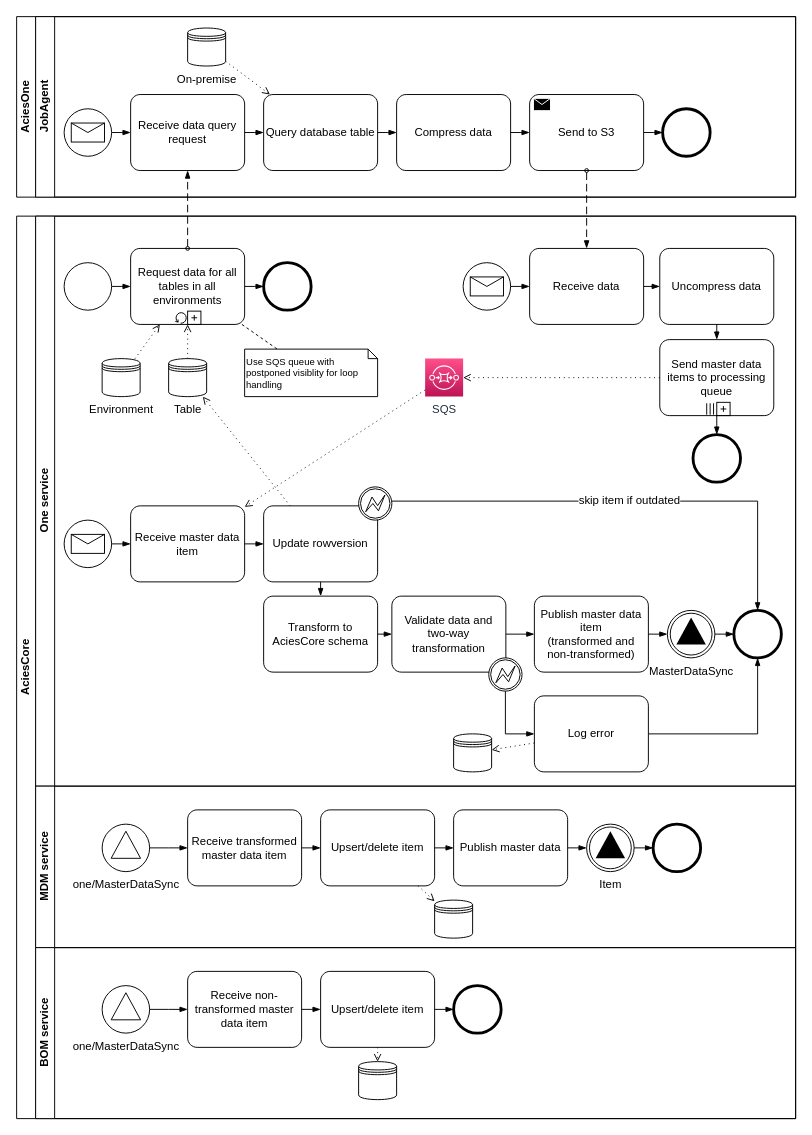
Before: services/one/Sync.drawio in AciesDK/core-diagrams, a draw.io diagram. Source tidied: cells renumbered, new cells numbered last; positions are measured from the earlier drawing's top-left corner, leaving out a move shared by most shapes. Both pictures are drawn from the tidied source at 95%, with x=0, y=0 at pixel (16, 16).
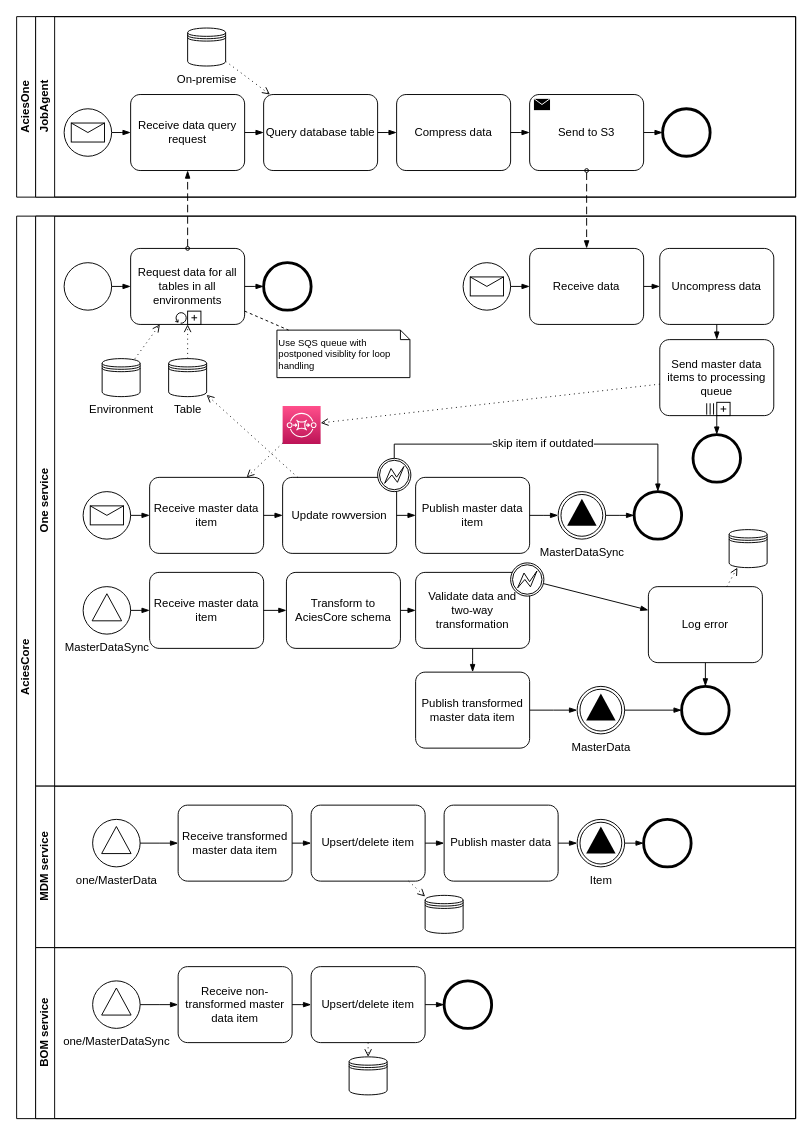
Above is the later version.

Unchanged cells that the change refers to:
```xml
<mxCell id="18" value="One service" style="swimlane;html=1;startSize=20;horizontal=0;" parent="17" vertex="1">
  <mxGeometry x="20" width="800" height="600" as="geometry" />
</mxCell>
<mxCell id="66" value="MDM service" style="swimlane;html=1;startSize=20;horizontal=0;" parent="17" vertex="1">
  <mxGeometry x="20" y="600" width="800" height="170" as="geometry" />
</mxCell>
<mxCell id="80" value="BOM service" style="swimlane;html=1;startSize=20;horizontal=0;" parent="17" vertex="1">
  <mxGeometry x="20" y="770" width="800" height="180" as="geometry" />
</mxCell>
```

Change to the diagram source:
```diff
@@
     <mxCell id="28" style="points=[[0.145,0.145,0],[0.5,0,0],[0.855,0.145,0],[1,0.5,0],[0.855,0.855,0],[0.5,1,0],[0.145,0.855,0],[0,0.5,0]];shape=mxgraph.bpmn.event;html=1;verticalLabelPosition=bottom;labelBackgroundColor=#ffffff;verticalAlign=top;align=center;perimeter=ellipsePerimeter;outlineConnect=0;outline=standard;symbol=message;" parent="18" vertex="1">
-      <mxGeometry x="30" y="320" width="50" height="50" as="geometry" />
+      <mxGeometry x="50" y="290" width="50" height="50" as="geometry" />
     </mxCell>
     <mxCell id="29" value="Receive master data item" style="points=[[0.25,0,0],[0.5,0,0],[0.75,0,0],[1,0.25,0],[1,0.5,0],[1,0.75,0],[0.75,1,0],[0.5,1,0],[0.25,1,0],[0,0.75,0],[0,0.5,0],[0,0.25,0]];shape=mxgraph.bpmn.task;whiteSpace=wrap;rectStyle=rounded;size=10;html=1;taskMarker=abstract;" parent="18" vertex="1">
-      <mxGeometry x="100" y="305" width="120" height="80" as="geometry" />
+      <mxGeometry x="120" y="275" width="120" height="80" as="geometry" />
     </mxCell>
@@
     <mxCell id="36" value="Use SQS queue with postponed visiblity for loop handling" style="shape=note2;boundedLbl=1;whiteSpace=wrap;html=1;size=10;verticalAlign=middle;align=left;fontSize=10;spacing=2;horizontal=1;labelPosition=center;verticalLabelPosition=middle;" parent="18" vertex="1">
-      <mxGeometry x="220" y="140" width="140" height="50" as="geometry" />
+      <mxGeometry x="254" y="120" width="140" height="50" as="geometry" />
     </mxCell>
@@
-    <mxCell id="38" value="SQS" style="sketch=0;points=[[0,0,0],[0.25,0,0],[0.5,0,0],[0.75,0,0],[1,0,0],[0,1,0],[0.25,1,0],[0.5,1,0],[0.75,1,0],[1,1,0],[0,0.25,0],[0,0.5,0],[0,0.75,0],[1,0.25,0],[1,0.5,0],[1,0.75,0]];outlineConnect=0;fontColor=#232F3E;gradientColor=#FF4F8B;gradientDirection=north;fillColor=#BC1356;strokeColor=#ffffff;dashed=0;verticalLabelPosition=bottom;verticalAlign=top;align=center;html=1;fontSize=12;fontStyle=0;shape=mxgraph.aws4.resourceIcon;resIcon=mxgraph.aws4.sqs;" parent="18" vertex="1">
-      <mxGeometry x="410" y="150" width="40" height="40" as="geometry" />
+    <mxCell id="38" style="sketch=0;points=[[0,0,0],[0.25,0,0],[0.5,0,0],[0.75,0,0],[1,0,0],[0,1,0],[0.25,1,0],[0.5,1,0],[0.75,1,0],[1,1,0],[0,0.25,0],[0,0.5,0],[0,0.75,0],[1,0.25,0],[1,0.5,0],[1,0.75,0]];outlineConnect=0;fontColor=#232F3E;gradientColor=#FF4F8B;gradientDirection=north;fillColor=#BC1356;strokeColor=#ffffff;dashed=0;verticalLabelPosition=bottom;verticalAlign=top;align=center;html=1;fontSize=12;fontStyle=0;shape=mxgraph.aws4.resourceIcon;resIcon=mxgraph.aws4.sqs;" parent="18" vertex="1">
+      <mxGeometry x="260" y="200" width="40" height="40" as="geometry" />
     </mxCell>
@@
     <mxCell id="41" value="Update rowversion" style="points=[[0.25,0,0],[0.5,0,0],[0.75,0,0],[1,0.25,0],[1,0.5,0],[1,0.75,0],[0.75,1,0],[0.5,1,0],[0.25,1,0],[0,0.75,0],[0,0.5,0],[0,0.25,0]];shape=mxgraph.bpmn.task;whiteSpace=wrap;rectStyle=rounded;size=10;html=1;taskMarker=abstract;" parent="18" vertex="1">
-      <mxGeometry x="240" y="305" width="120" height="80" as="geometry" />
+      <mxGeometry x="260" y="275" width="120" height="80" as="geometry" />
     </mxCell>
-    <mxCell id="42" style="points=[[0.145,0.145,0],[0.5,0,0],[0.855,0.145,0],[1,0.5,0],[0.855,0.855,0],[0.5,1,0],[0.145,0.855,0],[0,0.5,0]];shape=mxgraph.bpmn.event;html=1;verticalLabelPosition=bottom;labelBackgroundColor=#ffffff;verticalAlign=top;align=center;perimeter=ellipsePerimeter;outlineConnect=0;outline=boundInt;symbol=error;" parent="41" vertex="1">
-      <mxGeometry x="100" y="-20" width="35" height="35" as="geometry" />
-    </mxCell>
@@
-    <mxCell id="44" value="Transform to AciesCore schema" style="points=[[0.25,0,0],[0.5,0,0],[0.75,0,0],[1,0.25,0],[1,0.5,0],[1,0.75,0],[0.75,1,0],[0.5,1,0],[0.25,1,0],[0,0.75,0],[0,0.5,0],[0,0.25,0]];shape=mxgraph.bpmn.task;whiteSpace=wrap;rectStyle=rounded;size=10;html=1;taskMarker=abstract;" parent="18" vertex="1">
-      <mxGeometry x="240" y="400" width="120" height="80" as="geometry" />
+    <mxCell id="44" value="Receive master data item" style="points=[[0.25,0,0],[0.5,0,0],[0.75,0,0],[1,0.25,0],[1,0.5,0],[1,0.75,0],[0.75,1,0],[0.5,1,0],[0.25,1,0],[0,0.75,0],[0,0.5,0],[0,0.25,0]];shape=mxgraph.bpmn.task;whiteSpace=wrap;rectStyle=rounded;size=10;html=1;taskMarker=abstract;" parent="18" vertex="1">
+      <mxGeometry x="120" y="375" width="120" height="80" as="geometry" />
     </mxCell>
-    <mxCell id="45" style="edgeStyle=elbowEdgeStyle;fontSize=12;html=1;endArrow=blockThin;endFill=1;rounded=0;" parent="18" edge="1" source="41" target="44">
+    <mxCell id="45" style="edgeStyle=elbowEdgeStyle;fontSize=12;html=1;endArrow=blockThin;endFill=1;rounded=0;" parent="18" edge="1" source="41" target="93">
       <mxGeometry relative="1" as="geometry" />
     </mxCell>
     <mxCell id="46" style="points=[[0.145,0.145,0],[0.5,0,0],[0.855,0.145,0],[1,0.5,0],[0.855,0.855,0],[0.5,1,0],[0.145,0.855,0],[0,0.5,0]];shape=mxgraph.bpmn.event;html=1;verticalLabelPosition=bottom;labelBackgroundColor=#ffffff;verticalAlign=top;align=center;perimeter=ellipsePerimeter;outlineConnect=0;outline=end;symbol=terminate2;" parent="18" vertex="1">
-      <mxGeometry x="735" y="415" width="50" height="50" as="geometry" />
+      <mxGeometry x="680" y="495" width="50" height="50" as="geometry" />
     </mxCell>
@@
-    <mxCell id="49" style="edgeStyle=elbowEdgeStyle;fontSize=12;html=1;endArrow=blockThin;endFill=1;rounded=0;" parent="18" edge="1" target="62">
-      <mxGeometry relative="1" as="geometry">
-        <mxPoint x="635" y="440" as="sourcePoint" />
-      </mxGeometry>
+    <mxCell id="49" style="edgeStyle=elbowEdgeStyle;fontSize=12;html=1;endArrow=blockThin;endFill=1;rounded=0;" parent="18" edge="1" source="63" target="62">
+      <mxGeometry relative="1" as="geometry" />
     </mxCell>
     <mxCell id="50" value="Validate data and two-way transformation" style="points=[[0.25,0,0],[0.5,0,0],[0.75,0,0],[1,0.25,0],[1,0.5,0],[1,0.75,0],[0.75,1,0],[0.5,1,0],[0.25,1,0],[0,0.75,0],[0,0.5,0],[0,0.25,0]];shape=mxgraph.bpmn.task;whiteSpace=wrap;rectStyle=rounded;size=10;html=1;taskMarker=abstract;" parent="18" vertex="1">
-      <mxGeometry x="375" y="400" width="120" height="80" as="geometry" />
+      <mxGeometry x="400" y="375" width="120" height="80" as="geometry" />
     </mxCell>
     <mxCell id="51" style="points=[[0.145,0.145,0],[0.5,0,0],[0.855,0.145,0],[1,0.5,0],[0.855,0.855,0],[0.5,1,0],[0.145,0.855,0],[0,0.5,0]];shape=mxgraph.bpmn.event;html=1;verticalLabelPosition=bottom;labelBackgroundColor=#ffffff;verticalAlign=top;align=center;perimeter=ellipsePerimeter;outlineConnect=0;outline=boundInt;symbol=error;" parent="50" vertex="1">
-      <mxGeometry x="102" y="65" width="35" height="35" as="geometry" />
+      <mxGeometry x="100" y="-10" width="35" height="35" as="geometry" />
     </mxCell>
-    <mxCell id="52" style="edgeStyle=elbowEdgeStyle;fontSize=12;html=1;endArrow=blockThin;endFill=1;rounded=0;" parent="18" edge="1" source="44" target="50">
+    <mxCell id="52" style="edgeStyle=elbowEdgeStyle;fontSize=12;html=1;endArrow=blockThin;endFill=1;rounded=0;" parent="18" edge="1" source="99" target="50">
       <mxGeometry relative="1" as="geometry" />
     </mxCell>
@@
-    <mxCell id="57" value="skip item if outdated" style="edgeStyle=orthogonalEdgeStyle;fontSize=12;html=1;endArrow=blockThin;endFill=1;rounded=0;" parent="18" edge="1" source="42" target="46">
+    <mxCell id="57" value="skip item if outdated" style="fontSize=12;html=1;endArrow=blockThin;endFill=1;rounded=0;elbow=vertical;edgeStyle=orthogonalEdgeStyle;" parent="18" edge="1" source="42" target="95">
       <mxGeometry relative="1" as="geometry">
         <Array as="points">
-          <mxPoint x="760" y="300" />
+          <mxPoint x="378" y="240" />
+          <mxPoint x="655" y="240" />
         </Array>
       </mxGeometry>
     </mxCell>
     <mxCell id="58" value="Log error" style="points=[[0.25,0,0],[0.5,0,0],[0.75,0,0],[1,0.25,0],[1,0.5,0],[1,0.75,0],[0.75,1,0],[0.5,1,0],[0.25,1,0],[0,0.75,0],[0,0.5,0],[0,0.25,0]];shape=mxgraph.bpmn.task;whiteSpace=wrap;rectStyle=rounded;size=10;html=1;taskMarker=abstract;" parent="18" vertex="1">
-      <mxGeometry x="525" y="505" width="120" height="80" as="geometry" />
+      <mxGeometry x="645" y="390" width="120" height="80" as="geometry" />
     </mxCell>
-    <mxCell id="59" style="edgeStyle=orthogonalEdgeStyle;fontSize=12;html=1;endArrow=blockThin;endFill=1;rounded=0;elbow=vertical;" parent="18" edge="1" source="51" target="58">
-      <mxGeometry relative="1" as="geometry">
-        <Array as="points">
-          <mxPoint x="495" y="545" />
-        </Array>
-      </mxGeometry>
+    <mxCell id="59" style="fontSize=12;html=1;endArrow=blockThin;endFill=1;rounded=0;elbow=vertical;" parent="18" edge="1" source="51" target="58">
+      <mxGeometry relative="1" as="geometry" />
     </mxCell>
     <mxCell id="60" style="shape=datastore;html=1;labelPosition=center;verticalLabelPosition=bottom;align=center;verticalAlign=top;" parent="18" vertex="1">
-      <mxGeometry x="440" y="545" width="40" height="40" as="geometry" />
+      <mxGeometry x="730" y="330" width="40" height="40" as="geometry" />
     </mxCell>
@@
-    <mxCell id="62" value="MasterDataSync" style="points=[[0.145,0.145,0],[0.5,0,0],[0.855,0.145,0],[1,0.5,0],[0.855,0.855,0],[0.5,1,0],[0.145,0.855,0],[0,0.5,0]];shape=mxgraph.bpmn.event;html=1;verticalLabelPosition=bottom;labelBackgroundColor=#ffffff;verticalAlign=top;align=center;perimeter=ellipsePerimeter;outlineConnect=0;outline=throwing;symbol=signal;" parent="18" vertex="1">
-      <mxGeometry x="665" y="415" width="50" height="50" as="geometry" />
+    <mxCell id="62" value="MasterData" style="points=[[0.145,0.145,0],[0.5,0,0],[0.855,0.145,0],[1,0.5,0],[0.855,0.855,0],[0.5,1,0],[0.145,0.855,0],[0,0.5,0]];shape=mxgraph.bpmn.event;html=1;verticalLabelPosition=bottom;labelBackgroundColor=#ffffff;verticalAlign=top;align=center;perimeter=ellipsePerimeter;outlineConnect=0;outline=throwing;symbol=signal;" parent="18" vertex="1">
+      <mxGeometry x="570" y="495" width="50" height="50" as="geometry" />
     </mxCell>
-    <mxCell id="63" value="Publish master data item&lt;br&gt;(transformed and non-transformed)" style="points=[[0.25,0,0],[0.5,0,0],[0.75,0,0],[1,0.25,0],[1,0.5,0],[1,0.75,0],[0.75,1,0],[0.5,1,0],[0.25,1,0],[0,0.75,0],[0,0.5,0],[0,0.25,0]];shape=mxgraph.bpmn.task;whiteSpace=wrap;rectStyle=rounded;size=10;html=1;taskMarker=abstract;" parent="18" vertex="1">
-      <mxGeometry x="525" y="400" width="120" height="80" as="geometry" />
+    <mxCell id="63" value="Publish transformed master data item" style="points=[[0.25,0,0],[0.5,0,0],[0.75,0,0],[1,0.25,0],[1,0.5,0],[1,0.75,0],[0.75,1,0],[0.5,1,0],[0.25,1,0],[0,0.75,0],[0,0.5,0],[0,0.25,0]];shape=mxgraph.bpmn.task;whiteSpace=wrap;rectStyle=rounded;size=10;html=1;taskMarker=abstract;" parent="18" vertex="1">
+      <mxGeometry x="400" y="480" width="120" height="80" as="geometry" />
     </mxCell>
@@
+    <mxCell id="92" value="MasterDataSync" style="points=[[0.145,0.145,0],[0.5,0,0],[0.855,0.145,0],[1,0.5,0],[0.855,0.855,0],[0.5,1,0],[0.145,0.855,0],[0,0.5,0]];shape=mxgraph.bpmn.event;html=1;verticalLabelPosition=bottom;labelBackgroundColor=#ffffff;verticalAlign=top;align=center;perimeter=ellipsePerimeter;outlineConnect=0;outline=throwing;symbol=signal;" parent="18" vertex="1">
+      <mxGeometry x="550" y="290" width="50" height="50" as="geometry" />
+    </mxCell>
+    <mxCell id="93" value="Publish master data item" style="points=[[0.25,0,0],[0.5,0,0],[0.75,0,0],[1,0.25,0],[1,0.5,0],[1,0.75,0],[0.75,1,0],[0.5,1,0],[0.25,1,0],[0,0.75,0],[0,0.5,0],[0,0.25,0]];shape=mxgraph.bpmn.task;whiteSpace=wrap;rectStyle=rounded;size=10;html=1;taskMarker=abstract;" parent="18" vertex="1">
+      <mxGeometry x="400" y="275" width="120" height="80" as="geometry" />
+    </mxCell>
+    <mxCell id="94" style="edgeStyle=elbowEdgeStyle;fontSize=12;html=1;endArrow=blockThin;endFill=1;rounded=0;" parent="18" edge="1" source="93" target="92">
+      <mxGeometry relative="1" as="geometry" />
+    </mxCell>
+    <mxCell id="95" style="points=[[0.145,0.145,0],[0.5,0,0],[0.855,0.145,0],[1,0.5,0],[0.855,0.855,0],[0.5,1,0],[0.145,0.855,0],[0,0.5,0]];shape=mxgraph.bpmn.event;html=1;verticalLabelPosition=bottom;labelBackgroundColor=#ffffff;verticalAlign=top;align=center;perimeter=ellipsePerimeter;outlineConnect=0;outline=end;symbol=terminate2;" parent="18" vertex="1">
+      <mxGeometry x="630" y="290" width="50" height="50" as="geometry" />
+    </mxCell>
+    <mxCell id="96" style="edgeStyle=elbowEdgeStyle;fontSize=12;html=1;endArrow=blockThin;endFill=1;rounded=0;" parent="18" edge="1" source="92" target="95">
+      <mxGeometry relative="1" as="geometry" />
+    </mxCell>
+    <mxCell id="42" style="points=[[0.145,0.145,0],[0.5,0,0],[0.855,0.145,0],[1,0.5,0],[0.855,0.855,0],[0.5,1,0],[0.145,0.855,0],[0,0.5,0]];shape=mxgraph.bpmn.event;html=1;verticalLabelPosition=bottom;labelBackgroundColor=#ffffff;verticalAlign=top;align=center;perimeter=ellipsePerimeter;outlineConnect=0;outline=boundInt;symbol=error;" parent="18" vertex="1">
+      <mxGeometry x="360" y="255" width="35" height="35" as="geometry" />
+    </mxCell>
+    <mxCell id="97" value="&lt;span style=&quot;color: rgb(0, 0, 0); font-family: Helvetica; font-size: 12px; font-style: normal; font-variant-ligatures: normal; font-variant-caps: normal; font-weight: 400; letter-spacing: normal; orphans: 2; text-align: center; text-indent: 0px; text-transform: none; widows: 2; word-spacing: 0px; -webkit-text-stroke-width: 0px; background-color: rgb(255, 255, 255); text-decoration-thickness: initial; text-decoration-style: initial; text-decoration-color: initial; float: none; display: inline !important;&quot;&gt;MasterDataSync&lt;/span&gt;" style="points=[[0.145,0.145,0],[0.5,0,0],[0.855,0.145,0],[1,0.5,0],[0.855,0.855,0],[0.5,1,0],[0.145,0.855,0],[0,0.5,0]];shape=mxgraph.bpmn.event;html=1;verticalLabelPosition=bottom;labelBackgroundColor=#ffffff;verticalAlign=top;align=center;perimeter=ellipsePerimeter;outlineConnect=0;outline=standard;symbol=signal;" parent="18" vertex="1">
+      <mxGeometry x="50" y="390" width="50" height="50" as="geometry" />
+    </mxCell>
+    <mxCell id="98" style="edgeStyle=elbowEdgeStyle;fontSize=12;html=1;endArrow=blockThin;endFill=1;rounded=0;" parent="18" edge="1" source="97" target="44">
+      <mxGeometry relative="1" as="geometry" />
+    </mxCell>
+    <mxCell id="99" value="Transform to AciesCore schema" style="points=[[0.25,0,0],[0.5,0,0],[0.75,0,0],[1,0.25,0],[1,0.5,0],[1,0.75,0],[0.75,1,0],[0.5,1,0],[0.25,1,0],[0,0.75,0],[0,0.5,0],[0,0.25,0]];shape=mxgraph.bpmn.task;whiteSpace=wrap;rectStyle=rounded;size=10;html=1;taskMarker=abstract;" parent="18" vertex="1">
+      <mxGeometry x="264" y="375" width="120" height="80" as="geometry" />
+    </mxCell>
+    <mxCell id="100" style="edgeStyle=elbowEdgeStyle;fontSize=12;html=1;endArrow=blockThin;endFill=1;rounded=0;" parent="18" edge="1" source="44" target="99">
+      <mxGeometry relative="1" as="geometry" />
+    </mxCell>
@@
-    <mxCell id="67" value="one/MasterDataSync" style="points=[[0.145,0.145,0],[0.5,0,0],[0.855,0.145,0],[1,0.5,0],[0.855,0.855,0],[0.5,1,0],[0.145,0.855,0],[0,0.5,0]];shape=mxgraph.bpmn.event;html=1;verticalLabelPosition=bottom;labelBackgroundColor=#ffffff;verticalAlign=top;align=center;perimeter=ellipsePerimeter;outlineConnect=0;outline=standard;symbol=signal;" parent="66" vertex="1">
-      <mxGeometry x="70" y="40" width="50" height="50" as="geometry" />
+    <mxCell id="67" value="one/MasterData" style="points=[[0.145,0.145,0],[0.5,0,0],[0.855,0.145,0],[1,0.5,0],[0.855,0.855,0],[0.5,1,0],[0.145,0.855,0],[0,0.5,0]];shape=mxgraph.bpmn.event;html=1;verticalLabelPosition=bottom;labelBackgroundColor=#ffffff;verticalAlign=top;align=center;perimeter=ellipsePerimeter;outlineConnect=0;outline=standard;symbol=signal;" parent="66" vertex="1">
+      <mxGeometry x="60" y="35" width="50" height="50" as="geometry" />
     </mxCell>
     <mxCell id="68" value="Receive transformed master data item" style="points=[[0.25,0,0],[0.5,0,0],[0.75,0,0],[1,0.25,0],[1,0.5,0],[1,0.75,0],[0.75,1,0],[0.5,1,0],[0.25,1,0],[0,0.75,0],[0,0.5,0],[0,0.25,0]];shape=mxgraph.bpmn.task;whiteSpace=wrap;rectStyle=rounded;size=10;html=1;taskMarker=abstract;" parent="66" vertex="1">
-      <mxGeometry x="160" y="25" width="120" height="80" as="geometry" />
+      <mxGeometry x="150" y="20" width="120" height="80" as="geometry" />
     </mxCell>
@@
     <mxCell id="70" value="Upsert/delete item" style="points=[[0.25,0,0],[0.5,0,0],[0.75,0,0],[1,0.25,0],[1,0.5,0],[1,0.75,0],[0.75,1,0],[0.5,1,0],[0.25,1,0],[0,0.75,0],[0,0.5,0],[0,0.25,0]];shape=mxgraph.bpmn.task;whiteSpace=wrap;rectStyle=rounded;size=10;html=1;taskMarker=abstract;" parent="66" vertex="1">
-      <mxGeometry x="300" y="25" width="120" height="80" as="geometry" />
+      <mxGeometry x="290" y="20" width="120" height="80" as="geometry" />
     </mxCell>
@@
     <mxCell id="72" style="shape=datastore;html=1;labelPosition=center;verticalLabelPosition=bottom;align=center;verticalAlign=top;" parent="66" vertex="1">
-      <mxGeometry x="420" y="120" width="40" height="40" as="geometry" />
+      <mxGeometry x="410" y="115" width="40" height="40" as="geometry" />
     </mxCell>
@@
     <mxCell id="74" style="points=[[0.145,0.145,0],[0.5,0,0],[0.855,0.145,0],[1,0.5,0],[0.855,0.855,0],[0.5,1,0],[0.145,0.855,0],[0,0.5,0]];shape=mxgraph.bpmn.event;html=1;verticalLabelPosition=bottom;labelBackgroundColor=#ffffff;verticalAlign=top;align=center;perimeter=ellipsePerimeter;outlineConnect=0;outline=end;symbol=terminate2;" parent="66" vertex="1">
-      <mxGeometry x="650" y="40" width="50" height="50" as="geometry" />
+      <mxGeometry x="640" y="35" width="50" height="50" as="geometry" />
     </mxCell>
@@
     <mxCell id="76" value="Item" style="points=[[0.145,0.145,0],[0.5,0,0],[0.855,0.145,0],[1,0.5,0],[0.855,0.855,0],[0.5,1,0],[0.145,0.855,0],[0,0.5,0]];shape=mxgraph.bpmn.event;html=1;verticalLabelPosition=bottom;labelBackgroundColor=#ffffff;verticalAlign=top;align=center;perimeter=ellipsePerimeter;outlineConnect=0;outline=throwing;symbol=signal;" parent="66" vertex="1">
-      <mxGeometry x="580" y="40" width="50" height="50" as="geometry" />
+      <mxGeometry x="570" y="35" width="50" height="50" as="geometry" />
     </mxCell>
     <mxCell id="77" value="Publish master data" style="points=[[0.25,0,0],[0.5,0,0],[0.75,0,0],[1,0.25,0],[1,0.5,0],[1,0.75,0],[0.75,1,0],[0.5,1,0],[0.25,1,0],[0,0.75,0],[0,0.5,0],[0,0.25,0]];shape=mxgraph.bpmn.task;whiteSpace=wrap;rectStyle=rounded;size=10;html=1;taskMarker=abstract;" parent="66" vertex="1">
-      <mxGeometry x="440" y="25" width="120" height="80" as="geometry" />
+      <mxGeometry x="430" y="20" width="120" height="80" as="geometry" />
     </mxCell>
@@
     <mxCell id="81" value="&lt;span style=&quot;color: rgb(0, 0, 0); font-family: Helvetica; font-size: 12px; font-style: normal; font-variant-ligatures: normal; font-variant-caps: normal; font-weight: 400; letter-spacing: normal; orphans: 2; text-align: center; text-indent: 0px; text-transform: none; widows: 2; word-spacing: 0px; -webkit-text-stroke-width: 0px; background-color: rgb(255, 255, 255); text-decoration-thickness: initial; text-decoration-style: initial; text-decoration-color: initial; float: none; display: inline !important;&quot;&gt;one/MasterDataSync&lt;/span&gt;" style="points=[[0.145,0.145,0],[0.5,0,0],[0.855,0.145,0],[1,0.5,0],[0.855,0.855,0],[0.5,1,0],[0.145,0.855,0],[0,0.5,0]];shape=mxgraph.bpmn.event;html=1;verticalLabelPosition=bottom;labelBackgroundColor=#ffffff;verticalAlign=top;align=center;perimeter=ellipsePerimeter;outlineConnect=0;outline=standard;symbol=signal;" parent="80" vertex="1">
-      <mxGeometry x="70" y="40" width="50" height="50" as="geometry" />
+      <mxGeometry x="60" y="35" width="50" height="50" as="geometry" />
     </mxCell>
     <mxCell id="82" value="Receive non-transformed master data item" style="points=[[0.25,0,0],[0.5,0,0],[0.75,0,0],[1,0.25,0],[1,0.5,0],[1,0.75,0],[0.75,1,0],[0.5,1,0],[0.25,1,0],[0,0.75,0],[0,0.5,0],[0,0.25,0]];shape=mxgraph.bpmn.task;whiteSpace=wrap;rectStyle=rounded;size=10;html=1;taskMarker=abstract;" parent="80" vertex="1">
-      <mxGeometry x="160" y="25" width="120" height="80" as="geometry" />
+      <mxGeometry x="150" y="20" width="120" height="80" as="geometry" />
     </mxCell>
@@
     <mxCell id="84" value="Upsert/delete item" style="points=[[0.25,0,0],[0.5,0,0],[0.75,0,0],[1,0.25,0],[1,0.5,0],[1,0.75,0],[0.75,1,0],[0.5,1,0],[0.25,1,0],[0,0.75,0],[0,0.5,0],[0,0.25,0]];shape=mxgraph.bpmn.task;whiteSpace=wrap;rectStyle=rounded;size=10;html=1;taskMarker=abstract;" parent="80" vertex="1">
-      <mxGeometry x="300" y="25" width="120" height="80" as="geometry" />
+      <mxGeometry x="290" y="20" width="120" height="80" as="geometry" />
     </mxCell>
@@
     <mxCell id="86" style="shape=datastore;html=1;labelPosition=center;verticalLabelPosition=bottom;align=center;verticalAlign=top;" parent="80" vertex="1">
-      <mxGeometry x="340" y="120" width="40" height="40" as="geometry" />
+      <mxGeometry x="330" y="115" width="40" height="40" as="geometry" />
     </mxCell>
@@
     <mxCell id="88" style="points=[[0.145,0.145,0],[0.5,0,0],[0.855,0.145,0],[1,0.5,0],[0.855,0.855,0],[0.5,1,0],[0.145,0.855,0],[0,0.5,0]];shape=mxgraph.bpmn.event;html=1;verticalLabelPosition=bottom;labelBackgroundColor=#ffffff;verticalAlign=top;align=center;perimeter=ellipsePerimeter;outlineConnect=0;outline=end;symbol=terminate2;" parent="80" vertex="1">
-      <mxGeometry x="440" y="40" width="50" height="50" as="geometry" />
+      <mxGeometry x="430" y="35" width="50" height="50" as="geometry" />
     </mxCell>
```
